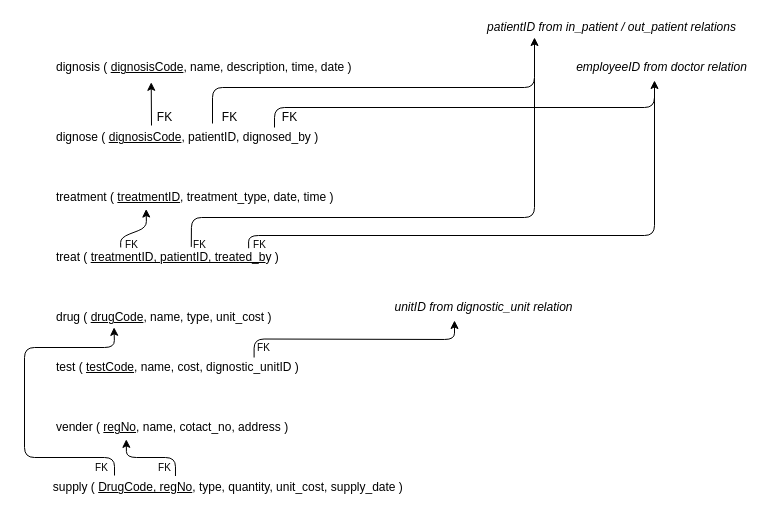
Before: page "Page-3" (3 of 3) of G28-2.drawio in Janithpm/1203AssignmentGroup28, a draw.io diagram. Source tidied: cells renumbered, new cells numbered last; positions are measured from the earlier drawing's top-left corner, leaving out a move shared by most shapes. Both pictures are drawn from the tidied source at 100%, with x=0, y=0 at pixel (24, 17).
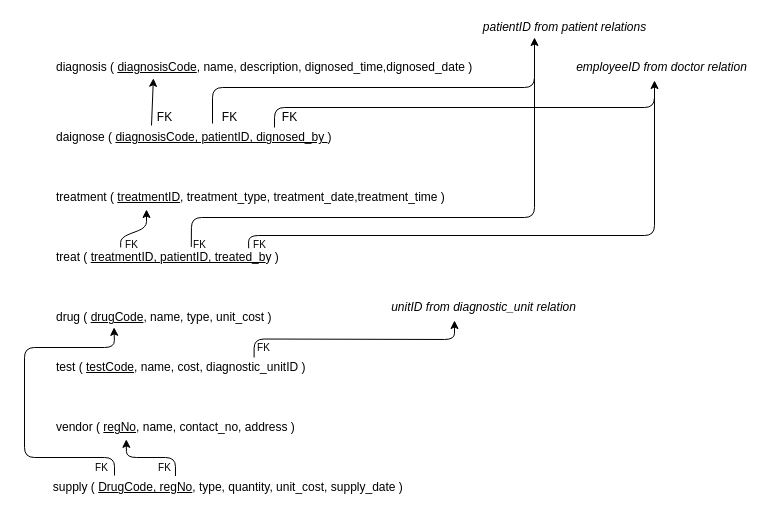
The same diagram, later.

The change refers to these unchanged cells:
```xml
<mxCell id="13" value="treat ( &lt;u&gt;treatmentID, patientID, treated_b&lt;/u&gt;y )" style="text;html=1;align=left;verticalAlign=middle;points=[];strokeColor=none;fillColor=none;" parent="1" vertex="1">
  <mxGeometry x="30" y="230" width="240" height="20" as="geometry" />
</mxCell>
```

Diff of the diagram source:
```diff
@@
-    <mxCell id="2" value="dignosis ( &lt;u&gt;dignosisCode&lt;/u&gt;, name, description, time, date )" style="text;html=1;align=left;verticalAlign=middle;points=[];strokeColor=none;fillColor=none;" parent="1" vertex="1">
-      <mxGeometry x="30" y="40" width="310" height="20" as="geometry" />
+    <mxCell id="2" value="diagnosis ( &lt;u&gt;diagnosisCode&lt;/u&gt;, name, description, dignosed_time,dignosed_date )" style="text;html=1;align=left;verticalAlign=middle;points=[];strokeColor=none;fillColor=none;" parent="1" vertex="1">
+      <mxGeometry x="30" y="40" width="430" height="20" as="geometry" />
     </mxCell>
-    <mxCell id="3" value="dignose ( &lt;u&gt;dignosisCode&lt;/u&gt;, patientID, dignosed_by )" style="text;html=1;align=left;verticalAlign=middle;strokeColor=none;fillColor=none;" parent="1" vertex="1">
-      <mxGeometry x="30" y="110" width="280" height="20" as="geometry" />
+    <mxCell id="3" value="daignose ( &lt;u&gt;diagnosisCode, patientID, dignosed_by &lt;/u&gt;)" style="text;html=1;align=left;verticalAlign=middle;strokeColor=none;fillColor=none;" parent="1" vertex="1">
+      <mxGeometry x="30" y="110" width="290" height="20" as="geometry" />
     </mxCell>
-    <mxCell id="4" style="endArrow=classic;html=1;entryX=0.312;entryY=1.24;entryDx=0;entryDy=0;entryPerimeter=0;" parent="1" edge="1" target="2">
+    <mxCell id="4" style="endArrow=classic;html=1;entryX=0.23;entryY=1.04;entryDx=0;entryDy=0;entryPerimeter=0;" parent="1" edge="1" target="2">
       <mxGeometry relative="1" as="geometry">
         <mxPoint x="127" y="108" as="sourcePoint" />
       </mxGeometry>
     </mxCell>
@@
-    <mxCell id="8" value="&lt;i&gt;patientID from in_patient / out_patient relations&lt;/i&gt;" style="text;html=1;align=center;verticalAlign=middle;strokeColor=none;fillColor=none;" parent="1" vertex="1">
-      <mxGeometry x="457" width="260" height="20" as="geometry" />
+    <mxCell id="8" value="&lt;i&gt;patientID from patient relations&lt;/i&gt;" style="text;html=1;align=center;verticalAlign=middle;strokeColor=none;fillColor=none;" parent="1" vertex="1">
+      <mxGeometry x="450" width="180" height="20" as="geometry" />
     </mxCell>
@@
-    <mxCell id="12" value="treatment ( &lt;u&gt;treatmentID&lt;/u&gt;, treatment_type, date, time )" style="text;html=1;align=left;verticalAlign=middle;points=[];strokeColor=none;fillColor=none;" parent="1" vertex="1">
-      <mxGeometry x="30" y="170" width="290" height="20" as="geometry" />
+    <mxCell id="12" value="treatment ( &lt;u&gt;treatmentID&lt;/u&gt;, treatment_type, treatment_date,treatment_time )" style="text;html=1;align=left;verticalAlign=middle;points=[];strokeColor=none;fillColor=none;" parent="1" vertex="1">
+      <mxGeometry x="30" y="170" width="400" height="20" as="geometry" />
     </mxCell>
@@
-    <mxCell id="14" style="endArrow=classic;html=1;entryX=0.316;entryY=1.077;entryDx=0;entryDy=0;entryPerimeter=0;exitX=0.276;exitY=-0.003;exitDx=0;exitDy=0;exitPerimeter=0;" parent="1" edge="1" source="13" target="12">
+    <mxCell id="14" style="endArrow=classic;html=1;exitX=0.276;exitY=-0.003;exitDx=0;exitDy=0;exitPerimeter=0;" parent="1" edge="1" source="13">
       <mxGeometry relative="1" as="geometry">
+        <mxPoint x="122" y="192" as="targetPoint" />
         <Array as="points">
           <mxPoint x="96" y="220" />
           <mxPoint x="122" y="210" />
         </Array>
       </mxGeometry>
     </mxCell>
@@
-    <mxCell id="19" value="test ( &lt;u&gt;testCode&lt;/u&gt;, name, cost, dignostic_unitID )" style="text;html=1;align=left;verticalAlign=middle;strokeColor=none;fillColor=none;" parent="1" vertex="1">
-      <mxGeometry x="30" y="340" width="260" height="20" as="geometry" />
+    <mxCell id="19" value="test ( &lt;u&gt;testCode&lt;/u&gt;, name, cost, diagnostic_unitID )" style="text;html=1;align=left;verticalAlign=middle;strokeColor=none;fillColor=none;" parent="1" vertex="1">
+      <mxGeometry x="30" y="340" width="270" height="20" as="geometry" />
     </mxCell>
-    <mxCell id="20" value="vender ( &lt;u&gt;regNo&lt;/u&gt;, name, cotact_no, address )" style="text;html=1;align=left;verticalAlign=middle;points=[];strokeColor=none;fillColor=none;" parent="1" vertex="1">
+    <mxCell id="20" value="vendor ( &lt;u&gt;regNo&lt;/u&gt;, name, contact_no, address )" style="text;html=1;align=left;verticalAlign=middle;points=[];strokeColor=none;fillColor=none;" parent="1" vertex="1">
       <mxGeometry x="30" y="400" width="250" height="20" as="geometry" />
     </mxCell>
@@
-    <mxCell id="25" value="&lt;i&gt;unitID from dignostic_unit relation&lt;/i&gt;" style="text;html=1;align=center;verticalAlign=middle;strokeColor=none;fillColor=none;" parent="1" vertex="1">
-      <mxGeometry x="364" y="280" width="190" height="20" as="geometry" />
+    <mxCell id="25" value="&lt;i&gt;unitID from diagnostic_unit relation&lt;/i&gt;" style="text;html=1;align=center;verticalAlign=middle;strokeColor=none;fillColor=none;" parent="1" vertex="1">
+      <mxGeometry x="359" y="280" width="200" height="20" as="geometry" />
     </mxCell>
```
